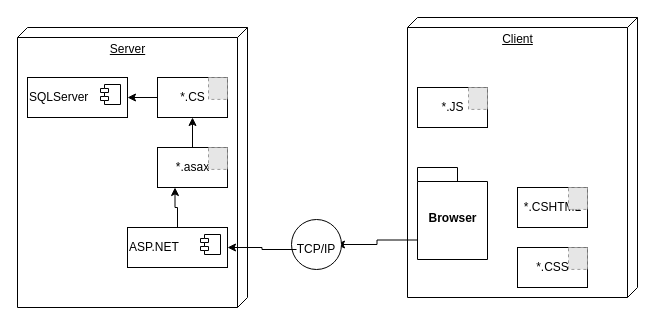
Above: Диаграмма развертывания Web-Info-App.drawio in DarkReduX/Diagrams-for-projects (draw.io), before the change. Source tidied: cells renumbered, new cells numbered last; positions are measured from the earlier drawing's top-left corner, leaving out a move shared by most shapes. Both pictures are drawn from the tidied source at 100%, with x=0, y=0 at pixel (17, 17). Pictures stored in the file or linked from it are replaced by grey dashed boxes.
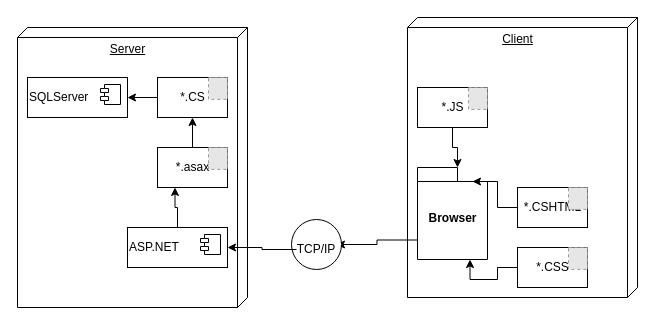
Above is the later version.

Unchanged cells that the change refers to:
```xml
<mxCell id="16" value="*.JS" style="html=1;" parent="15" vertex="1">
  <mxGeometry width="70" height="40" as="geometry" />
</mxCell>
<mxCell id="19" value="*.CSHTML" style="html=1;" parent="18" vertex="1">
  <mxGeometry width="70" height="40" as="geometry" />
</mxCell>
<mxCell id="22" value="*.CSS" style="html=1;" parent="21" vertex="1">
  <mxGeometry width="70" height="40" as="geometry" />
</mxCell>
<mxCell id="25" value="Browser" style="shape=folder;fontStyle=1;spacingTop=10;tabWidth=40;tabHeight=14;tabPosition=left;html=1;" parent="1" vertex="1">
  <mxGeometry x="400" y="150" width="70" height="92" as="geometry" />
</mxCell>
```

The edit, as a diff of the source:
```diff
@@
+    <mxCell id="33" style="edgeStyle=orthogonalEdgeStyle;rounded=0;jettySize=auto;html=1;exitX=0.5;exitY=1;exitDx=0;exitDy=0;entryX=0;entryY=0;entryDx=40;entryDy=0;entryPerimeter=0;" parent="1" edge="1" source="16" target="25">
+      <mxGeometry relative="1" as="geometry" />
+    </mxCell>
+    <mxCell id="34" style="edgeStyle=orthogonalEdgeStyle;rounded=0;jettySize=auto;html=1;exitX=0;exitY=0.5;exitDx=0;exitDy=0;entryX=0.75;entryY=1;entryDx=0;entryDy=0;entryPerimeter=0;" parent="1" edge="1" source="22" target="25">
+      <mxGeometry relative="1" as="geometry" />
+    </mxCell>
+    <mxCell id="35" style="edgeStyle=orthogonalEdgeStyle;rounded=0;jettySize=auto;html=1;exitX=0;exitY=0.5;exitDx=0;exitDy=0;entryX=0;entryY=0;entryDx=55;entryDy=14;entryPerimeter=0;" parent="1" edge="1" source="19" target="25">
+      <mxGeometry relative="1" as="geometry" />
+    </mxCell>
```
